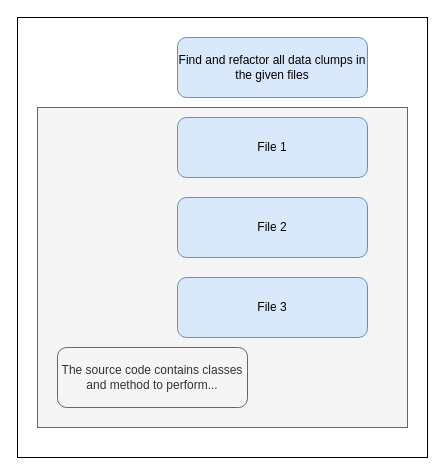
This is masterthesis/figures/chapter2/chatgpt_context_windows_size.drawio from compf/master-thesis-report, a draw.io file, before an edit. Source tidied: cells renumbered, new cells numbered last; positions are measured from the earlier drawing's top-left corner, leaving out a move shared by most shapes. Both pictures are drawn from the tidied source at 100%, with x=0, y=0 at pixel (17, 17).
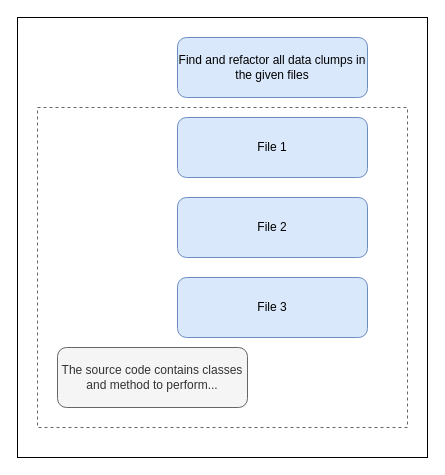
The same page after the edit.

The edit, as a diff of the source:
```diff
@@
 <mxGraphModel>
   <root>
     <mxCell id="0" />
     <mxCell id="1" parent="0" />
     <mxCell id="2" style="rounded=0;whiteSpace=wrap;html=1;" parent="1" vertex="1">
       <mxGeometry width="410" height="440" as="geometry" />
     </mxCell>
-    <mxCell id="3" style="rounded=0;whiteSpace=wrap;html=1;fillColor=#f5f5f5;strokeColor=#666666;fontColor=#333333;" parent="1" vertex="1">
+    <mxCell id="3" style="rounded=0;whiteSpace=wrap;html=1;fillColor=none;strokeColor=#666666;fontColor=#333333;dashed=1;" parent="1" vertex="1">
       <mxGeometry x="20" y="90" width="370" height="320" as="geometry" />
     </mxCell>
     <mxCell id="4" value="Find and refactor all data clumps in the given files" style="rounded=1;whiteSpace=wrap;html=1;fillColor=#dae8fc;strokeColor=#6c8ebf;" parent="1" vertex="1">
       <mxGeometry x="160" y="20" width="190" height="60" as="geometry" />
     </mxCell>
     <mxCell id="5" value="File 1" style="rounded=1;whiteSpace=wrap;html=1;fillColor=#dae8fc;strokeColor=#6c8ebf;" parent="1" vertex="1">
       <mxGeometry x="160" y="100" width="190" height="60" as="geometry" />
     </mxCell>
     <mxCell id="6" value="File 2" style="rounded=1;whiteSpace=wrap;html=1;fillColor=#dae8fc;strokeColor=#6c8ebf;" parent="1" vertex="1">
       <mxGeometry x="160" y="180" width="190" height="60" as="geometry" />
     </mxCell>
     <mxCell id="7" value="File 3" style="rounded=1;whiteSpace=wrap;html=1;fillColor=#dae8fc;strokeColor=#6c8ebf;" parent="1" vertex="1">
       <mxGeometry x="160" y="260" width="190" height="60" as="geometry" />
     </mxCell>
     <mxCell id="8" value="The source code contains classes and method to perform..." style="rounded=1;whiteSpace=wrap;html=1;fillColor=#f5f5f5;fontColor=#333333;strokeColor=#666666;" parent="1" vertex="1">
       <mxGeometry x="40" y="330" width="190" height="60" as="geometry" />
     </mxCell>
   </root>
 </mxGraphModel>
```
